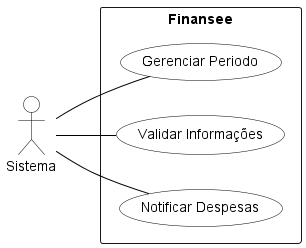
The PlantUML diagram documents/use_case_diagram/system_use_case_diagram/sistema_diagrama_caso_de_uso.png in LucasMairon/FinanSee, before a commit.
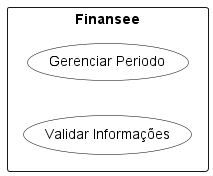
Later version of the same file.

Commit message:
docs: updating system use case diagram

Diff of the diagram source:
```diff
@@ -11,14 +11,7 @@
 rectangle "Finansee"{
     (Gerenciar Periodo) as gerenciar_periodo
     (Validar Informações) as validar_informacoes
-    (Notificar Despesas) as notificar_depesas
 }
-
-:Sistema: as sistema
-
-sistema -- validar_informacoes
-sistema -- notificar_depesas
-sistema -- gerenciar_periodo
 
 
 @enduml
```
